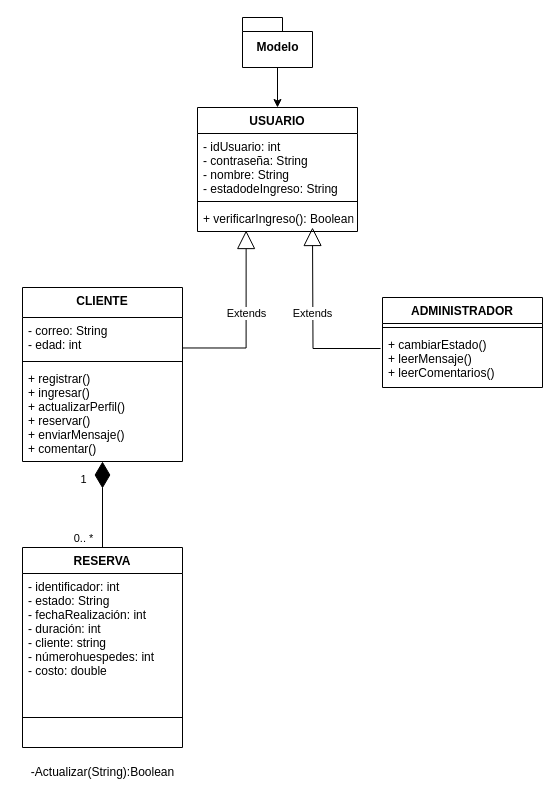
Earlier version of the draw.io diagram Diagrama sin título.drawio (marcopedrozamt/ProyectoCaba-as). Source tidied: cells renumbered, new cells numbered last; positions are measured from the earlier drawing's top-left corner, leaving out a move shared by most shapes. Both pictures are drawn from the tidied source at 100%, with x=0, y=0 at pixel (17, 17).
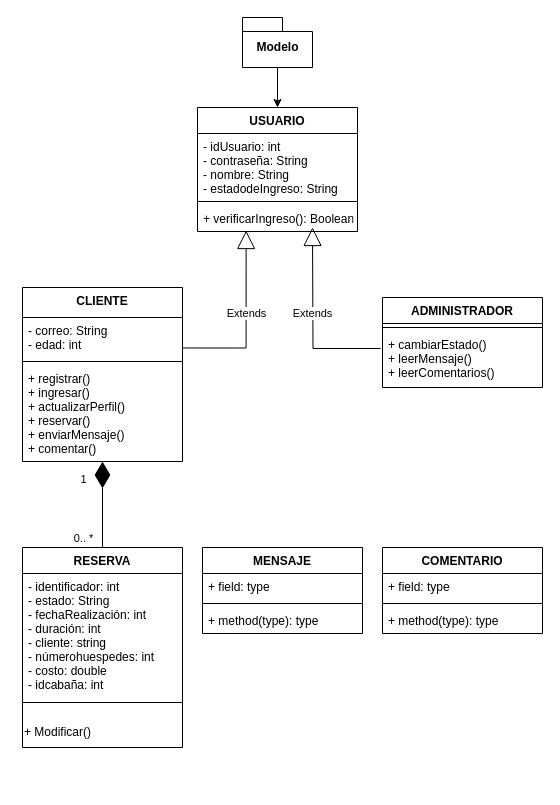
After the change.

The change refers to these unchanged cells:
```xml
<mxCell id="17" value="RESERVA" style="swimlane;fontStyle=1;align=center;verticalAlign=top;horizontal=1;startSize=26;" parent="1" vertex="1">
  <mxGeometry x="5" y="530" width="160" height="200" as="geometry" />
</mxCell>
```

What changed in the source:
```diff
@@
-    <mxCell id="18" value="- identificador: int&#10;- estado: String&#10;- fechaRealización: int&#10;- duración: int&#10;- cliente: string&#10;- númerohuespedes: int&#10;- costo: double" style="text;strokeColor=none;fillColor=none;align=left;verticalAlign=top;spacingLeft=4;spacingRight=4;overflow=hidden;" parent="17" vertex="1">
+    <mxCell id="18" value="- identificador: int&#10;- estado: String&#10;- fechaRealización: int&#10;- duración: int&#10;- cliente: string&#10;- númerohuespedes: int&#10;- costo: double&#10;- idcabaña: int" style="text;strokeColor=none;fillColor=none;align=left;verticalAlign=top;spacingLeft=4;spacingRight=4;overflow=hidden;" parent="17" vertex="1">
       <mxGeometry y="26" width="160" height="114" as="geometry" />
     </mxCell>
     <mxCell id="19" style="line;strokeWidth=1;fillColor=none;align=left;verticalAlign=middle;spacingTop=-1;spacingLeft=3;spacingRight=3;labelPosition=right;strokeColor=inherit;" parent="17" vertex="1">
-      <mxGeometry y="140" width="160" height="60" as="geometry" />
+      <mxGeometry y="140" width="160" height="30" as="geometry" />
     </mxCell>
+    <mxCell id="23" value="+ Modificar()" style="text;html=1;align=left;verticalAlign=middle;strokeColor=none;fillColor=none;" parent="17" vertex="1">
+      <mxGeometry y="170" width="160" height="30" as="geometry" />
+    </mxCell>
@@
-    <mxCell id="23" value="-Actualizar(String):Boolean" style="text;html=1;align=center;verticalAlign=middle;strokeColor=none;fillColor=none;" parent="1" vertex="1">
-      <mxGeometry y="740" width="170" height="30" as="geometry" />
-    </mxCell>
+    <mxCell id="24" value="MENSAJE" style="swimlane;fontStyle=1;align=center;verticalAlign=top;horizontal=1;startSize=26;" parent="1" vertex="1">
+      <mxGeometry x="185" y="530" width="160" height="86" as="geometry" />
+    </mxCell>
+    <mxCell id="25" value="+ field: type" style="text;strokeColor=none;fillColor=none;align=left;verticalAlign=top;spacingLeft=4;spacingRight=4;overflow=hidden;" parent="24" vertex="1">
+      <mxGeometry y="26" width="160" height="26" as="geometry" />
+    </mxCell>
+    <mxCell id="26" style="line;strokeWidth=1;fillColor=none;align=left;verticalAlign=middle;spacingTop=-1;spacingLeft=3;spacingRight=3;labelPosition=right;strokeColor=inherit;" parent="24" vertex="1">
+      <mxGeometry y="52" width="160" height="8" as="geometry" />
+    </mxCell>
+    <mxCell id="27" value="+ method(type): type" style="text;strokeColor=none;fillColor=none;align=left;verticalAlign=top;spacingLeft=4;spacingRight=4;overflow=hidden;" parent="24" vertex="1">
+      <mxGeometry y="60" width="160" height="26" as="geometry" />
+    </mxCell>
+    <mxCell id="28" value="COMENTARIO" style="swimlane;fontStyle=1;align=center;verticalAlign=top;horizontal=1;startSize=26;" parent="1" vertex="1">
+      <mxGeometry x="365" y="530" width="160" height="86" as="geometry" />
+    </mxCell>
+    <mxCell id="29" value="+ field: type" style="text;strokeColor=none;fillColor=none;align=left;verticalAlign=top;spacingLeft=4;spacingRight=4;overflow=hidden;" parent="28" vertex="1">
+      <mxGeometry y="26" width="160" height="26" as="geometry" />
+    </mxCell>
+    <mxCell id="30" style="line;strokeWidth=1;fillColor=none;align=left;verticalAlign=middle;spacingTop=-1;spacingLeft=3;spacingRight=3;labelPosition=right;strokeColor=inherit;" parent="28" vertex="1">
+      <mxGeometry y="52" width="160" height="8" as="geometry" />
+    </mxCell>
+    <mxCell id="31" value="+ method(type): type" style="text;strokeColor=none;fillColor=none;align=left;verticalAlign=top;spacingLeft=4;spacingRight=4;overflow=hidden;" parent="28" vertex="1">
+      <mxGeometry y="60" width="160" height="26" as="geometry" />
+    </mxCell>
```
